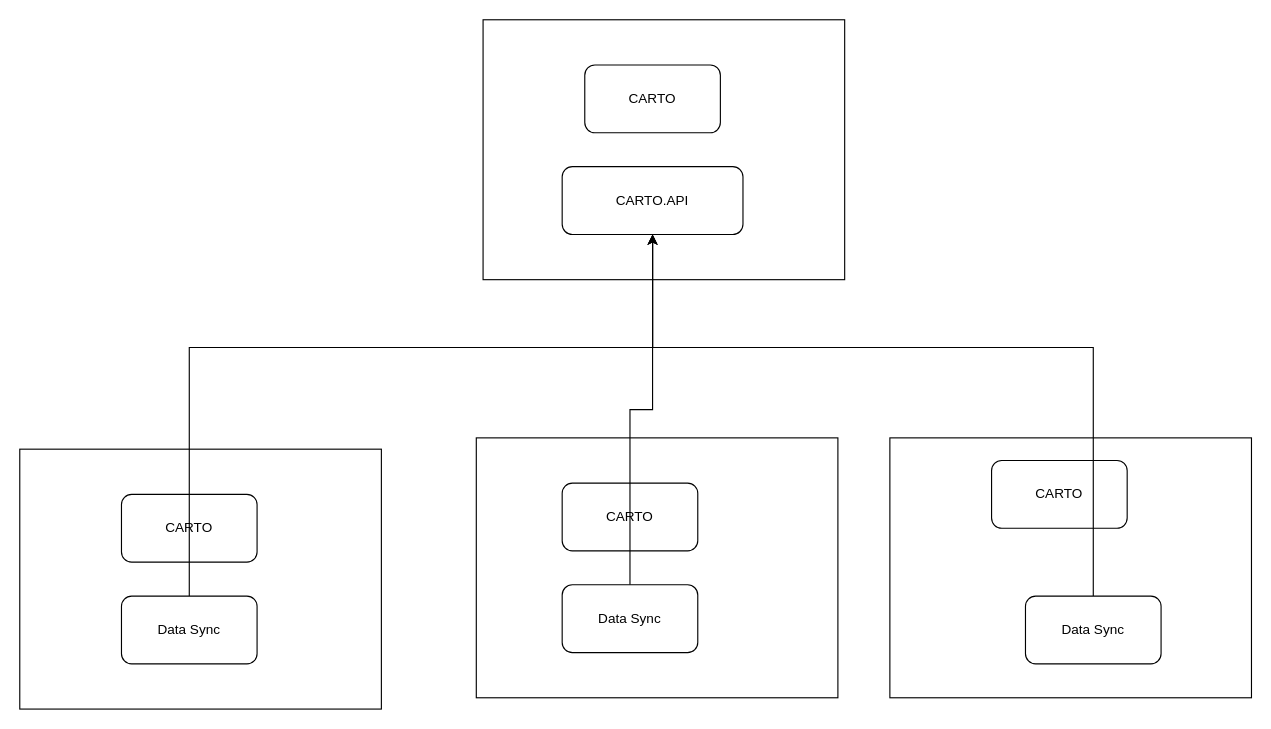
AmolSJawalkar/DrawIO keeps this draw.io diagram as Analytics.drawio. Above is the earlier version. Source tidied: cells renumbered, new cells numbered last; positions are measured from the earlier drawing's top-left corner, leaving out a move shared by most shapes. Both pictures are drawn from the tidied source at 113%, with x=0, y=0 at pixel (19, 19).
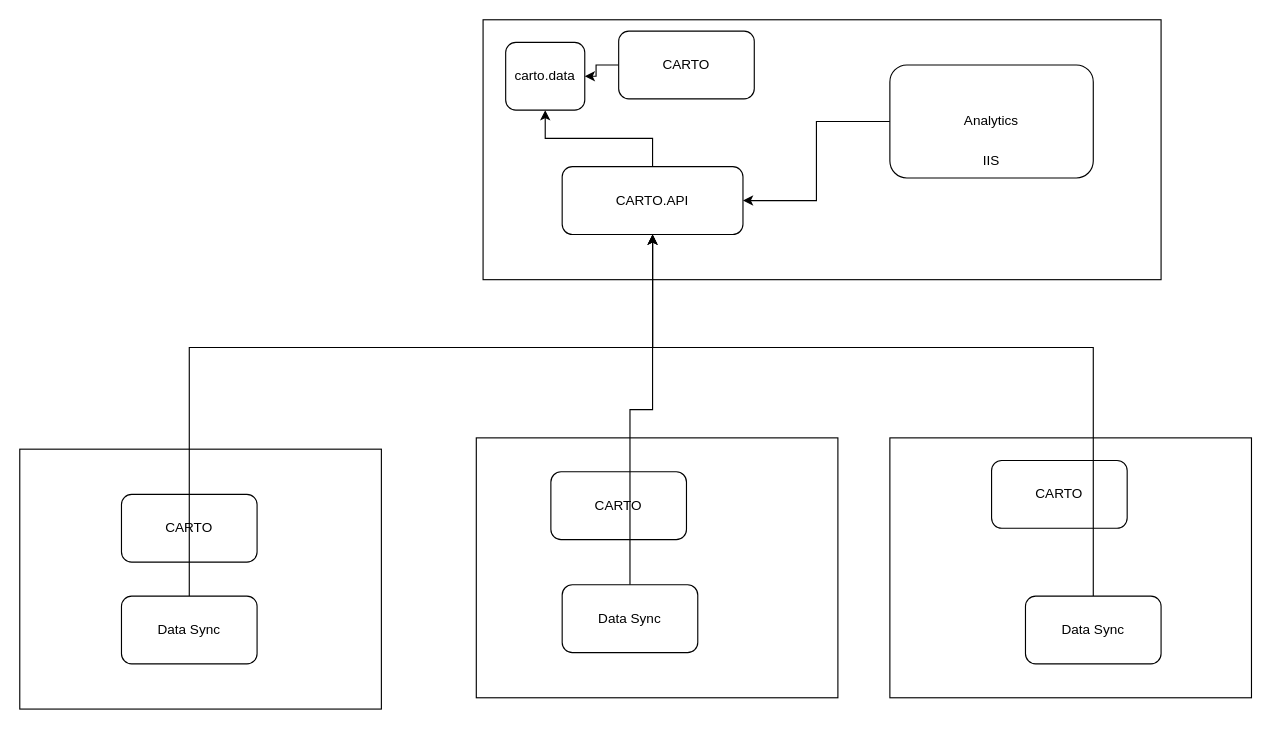
The same diagram, later.

The change refers to these unchanged cells:
```xml
<mxCell id="10" value="CARTO.API" style="rounded=1;whiteSpace=wrap;html=1;" parent="1" vertex="1">
  <mxGeometry x="480" y="130" width="160" height="60" as="geometry" />
</mxCell>
```

Change to the diagram source:
```diff
@@
     <mxCell id="2" style="rounded=0;whiteSpace=wrap;html=1;" parent="1" vertex="1">
-      <mxGeometry x="410" width="320" height="230" as="geometry" />
+      <mxGeometry x="410" width="600" height="230" as="geometry" />
     </mxCell>
@@
+    <mxCell id="17" style="edgeStyle=orthogonalEdgeStyle;rounded=0;jettySize=auto;html=1;" parent="1" edge="1" source="6" target="21">
+      <mxGeometry relative="1" as="geometry" />
+    </mxCell>
     <mxCell id="6" value="CARTO" style="rounded=1;whiteSpace=wrap;html=1;" parent="1" vertex="1">
-      <mxGeometry x="500" y="40" width="120" height="60" as="geometry" />
+      <mxGeometry x="530" y="10" width="120" height="60" as="geometry" />
     </mxCell>
@@
     <mxCell id="8" value="CARTO" style="rounded=1;whiteSpace=wrap;html=1;" parent="1" vertex="1">
-      <mxGeometry x="480" y="410" width="120" height="60" as="geometry" />
+      <mxGeometry x="470" y="400" width="120" height="60" as="geometry" />
     </mxCell>
@@
+    <mxCell id="18" style="edgeStyle=orthogonalEdgeStyle;rounded=0;jettySize=auto;html=1;" parent="1" edge="1" source="10" target="21">
+      <mxGeometry relative="1" as="geometry" />
+    </mxCell>
@@
+    <mxCell id="19" style="edgeStyle=orthogonalEdgeStyle;rounded=0;jettySize=auto;html=1;" parent="1" edge="1" source="20" target="10">
+      <mxGeometry relative="1" as="geometry" />
+    </mxCell>
+    <mxCell id="20" value="Analytics" style="rounded=1;whiteSpace=wrap;html=1;" parent="1" vertex="1">
+      <mxGeometry x="770" y="40" width="180" height="100" as="geometry" />
+    </mxCell>
+    <mxCell id="21" value="carto.data" style="rounded=1;whiteSpace=wrap;html=1;" parent="1" vertex="1">
+      <mxGeometry x="430" y="20" width="70" height="60" as="geometry" />
+    </mxCell>
+    <mxCell id="22" value="IIS" style="text;html=1;align=center;verticalAlign=middle;whiteSpace=wrap;rounded=0;" parent="1" vertex="1">
+      <mxGeometry x="830" y="110" width="60" height="30" as="geometry" />
+    </mxCell>
```
